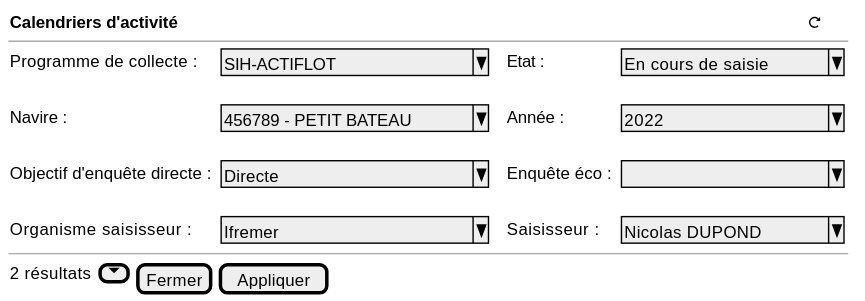
Above: projects/activity-calendar/spe/images/activity-calendar-table-filters.svg in sumaris-net/sumaris-doc (PlantUML), before the change.
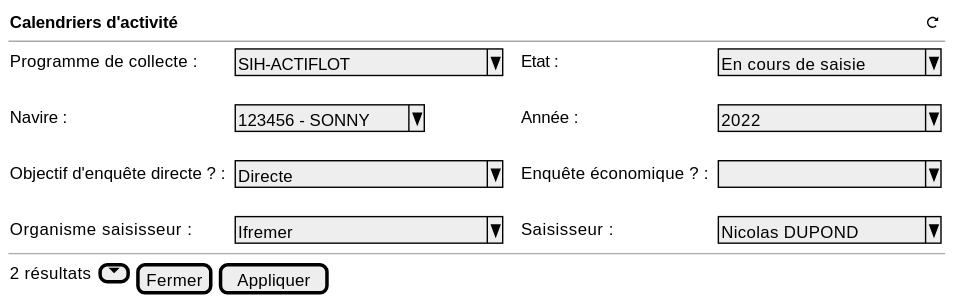
Later version of the same file.

Change to the diagram source:
```diff
@@ -1,15 +1,15 @@
 @startsalt
 {
 
-  {<b>Calendriers d'activité                                                                                                                                                      <&reload>}
+  {<b>Calendriers d'activité                                                                                                                                                                                  <&reload>}
    --
 
     {
         Programme de collecte : | . | ^ SIH-ACTIFLOT         ^ | . | . | Etat :   | . | ^En cours de saisie^
         .
-        Navire : | . | ^ 456789 - PETIT BATEAU^ | . | . | Année : | . | ^ 2022             ^
+        Navire : | . | ^ 123456 - SONNY^ | . | . | Année : | . | ^ 2022             ^
         .
-        Objectif d'enquête directe :   | . |^ Directe              ^ |  . | . | Enquête éco :   | . | ^                  ^
+        Objectif d'enquête directe ? :   | . |^ Directe              ^ |  . | . | Enquête économique ? :   | . | ^                  ^
         .
         Organisme saisisseur :   | . |^ Ifremer              ^ |  . | . | Saisisseur :   | . | ^ Nicolas DUPOND   ^
 
```
